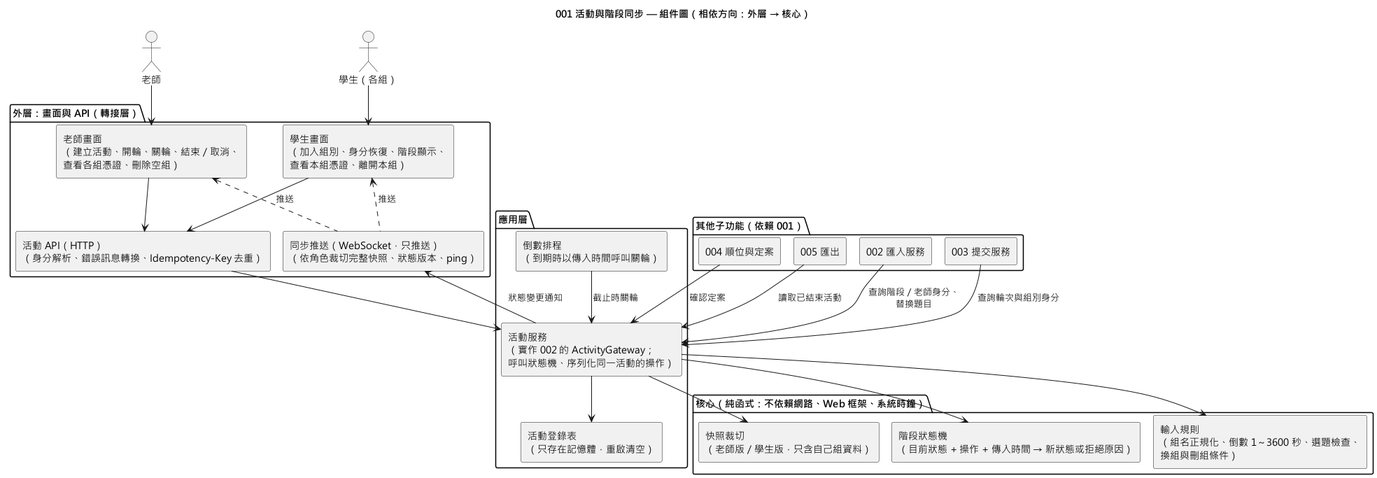
Above: diagrams/001-activity-session-component.png in EricC430/lecture-answer-first_group16_speckit (PlantUML), before the change.
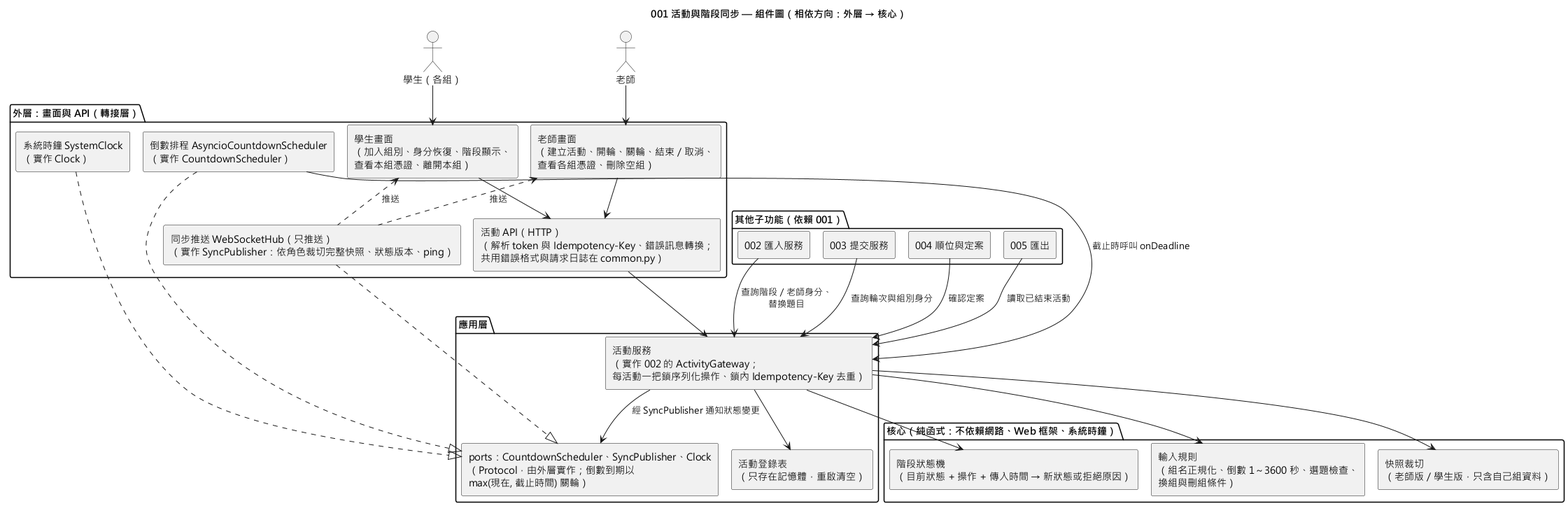
Later version of the same file.

Diff of the diagram source:
```diff
@@ -10,13 +10,15 @@
 package "外層：畫面與 API（轉接層）" {
   [老師畫面\n（建立活動、開輪、關輪、結束／取消、\n查看各組憑證、刪除空組）] as TeacherUI
   [學生畫面\n（加入組別、身分恢復、階段顯示、\n查看本組憑證、離開本組）] as StudentUI
-  [活動 API（HTTP）\n（身分解析、錯誤訊息轉換、Idempotency-Key 去重）] as Api
-  [同步推送（WebSocket，只推送）\n（依角色裁切完整快照、狀態版本、ping）] as Sync
+  [活動 API（HTTP）\n（解析 token 與 Idempotency-Key、錯誤訊息轉換；\n共用錯誤格式與請求日誌在 common.py）] as Api
+  [同步推送 WebSocketHub（只推送）\n（實作 SyncPublisher：依角色裁切完整快照、狀態版本、ping）] as Sync
+  [倒數排程 AsyncioCountdownScheduler\n（實作 CountdownScheduler）] as TimerImpl
+  [系統時鐘 SystemClock\n（實作 Clock）] as ClockImpl
 }
 
 package "應用層" {
-  [活動服務\n（實作 002 的 ActivityGateway；\n呼叫狀態機、序列化同一活動的操作）] as Service
-  [倒數排程\n（到期時以傳入時間呼叫關輪）] as Timer
+  [活動服務\n（實作 002 的 ActivityGateway；\n每活動一把鎖序列化操作、鎖內 Idempotency-Key 去重）] as Service
+  [ports：CountdownScheduler、SyncPublisher、Clock\n（Protocol，由外層實作；倒數到期以\nmax(現在, 截止時間) 關輪）] as Ports
   [活動登錄表\n（只存在記憶體，重啟清空）] as Registry
 }
 
@@ -40,12 +42,15 @@
 TeacherUI <.. Sync : 推送
 StudentUI <.. Sync : 推送
 Api --> Service
-Timer --> Service : 截止時關輪
+TimerImpl ..|> Ports
+Sync ..|> Ports
+ClockImpl ..|> Ports
+TimerImpl --> Service : 截止時呼叫 onDeadline
 Service --> Registry
 Service --> StateMachine
 Service --> Rules
 Service --> View
-Service --> Sync : 狀態變更通知
+Service --> Ports : 經 SyncPublisher 通知狀態變更
 Import --> Service : 查詢階段／老師身分、\n替換題目
 Submit --> Service : 查詢輪次與組別身分
 Ranking --> Service : 確認定案
```
